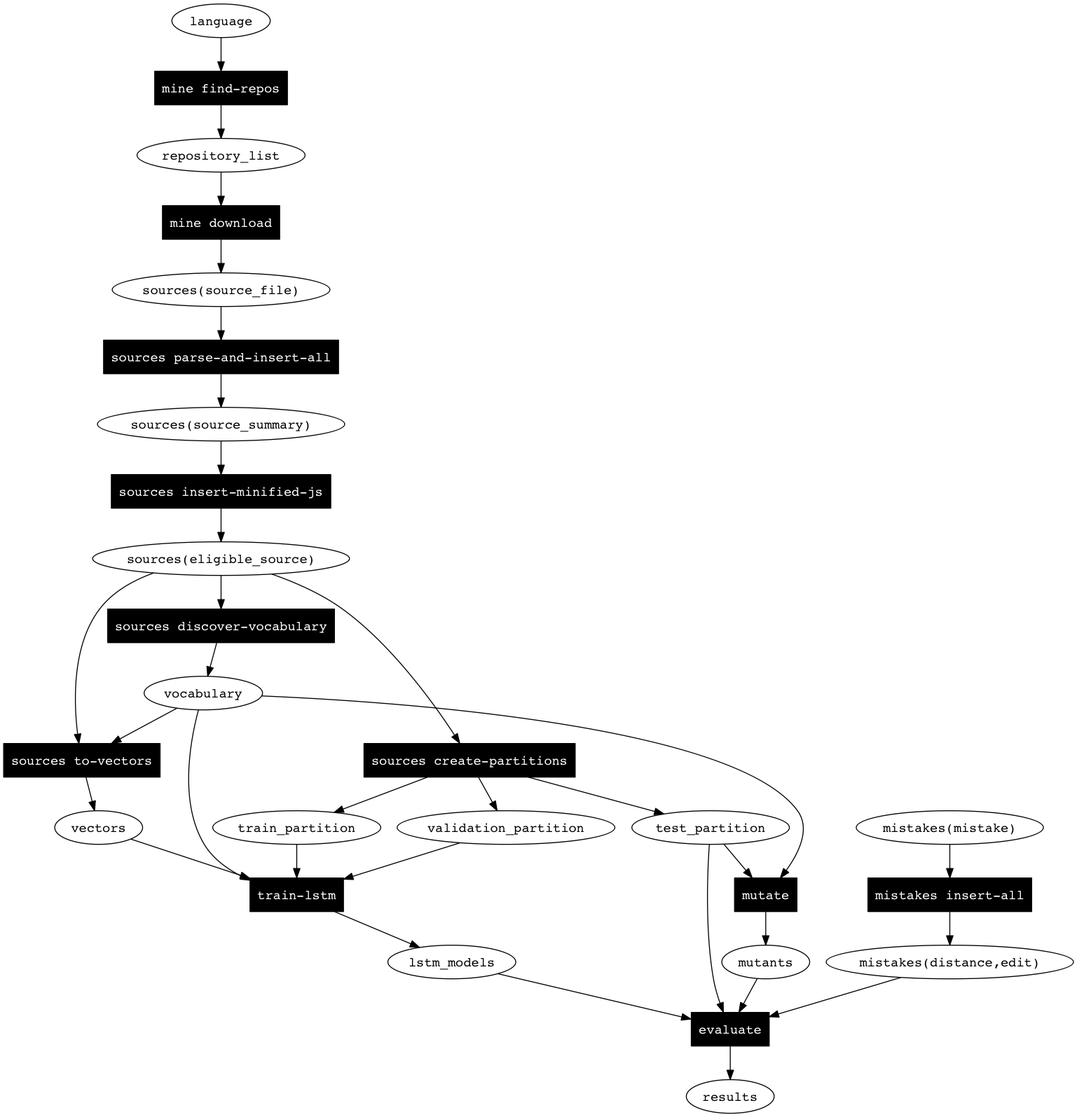
naturalness/sensibility keeps this Graphviz diagram as docs/dependencies.png. Above is the earlier version. Its source is kept beside it as docs/dependencies.dot.
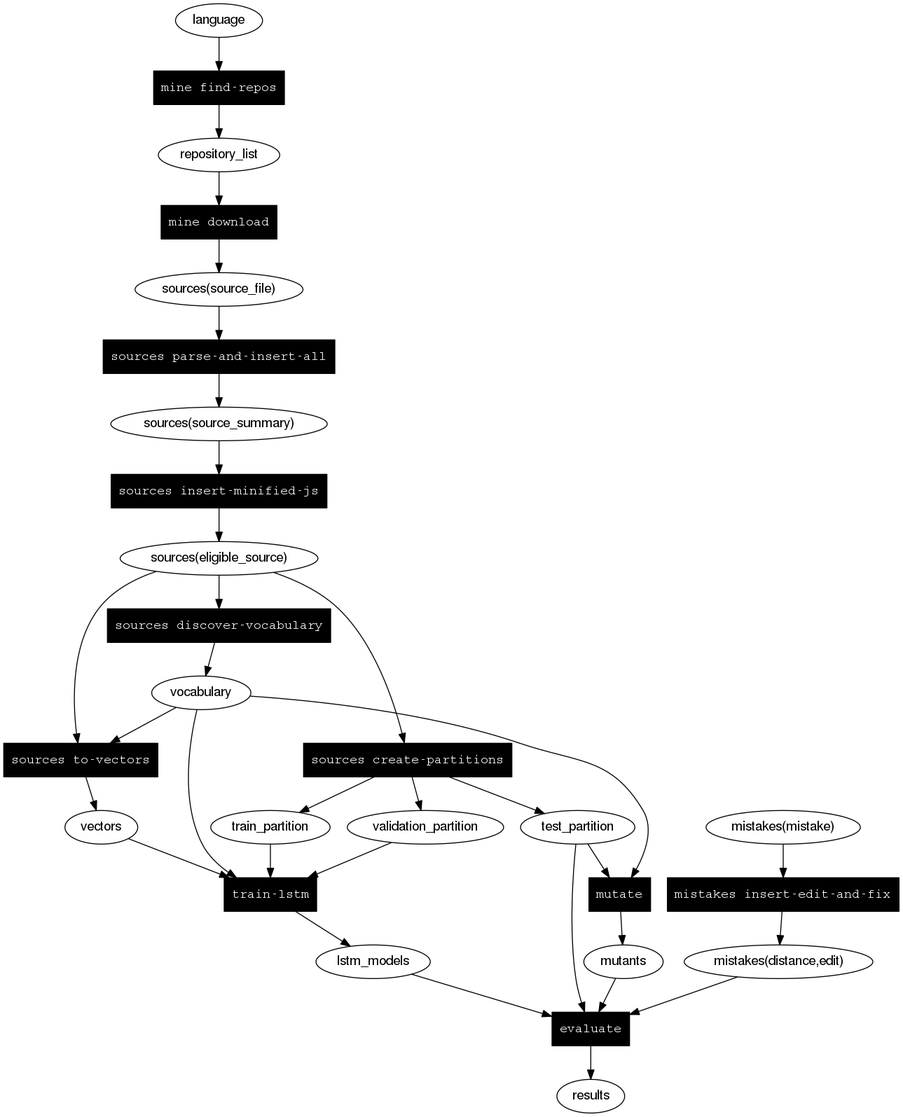
The same diagram one commit later.

What changed in the source:
```diff
@@ -14,11 +14,11 @@
     parse_and_insert_all [label="sources parse-and-insert-all"];
     create_partitions    [label="sources create-partitions"];
     train                [label="train-lstm"];
-    insert_mistakes      [label="mistakes insert-all"];
+    insert_mistakes      [label="mistakes insert-edit-and-fix"];
 
 
     /* The rest of the nodes are entities. */
-    node [shape=ellipse,style=solid,fillcolor=white,fontcolor=black];
+    node [shape=ellipse,style=solid,fillcolor=white,fontcolor=black,fontname="Helvetica"];
 
     /* Notation:
 
```
